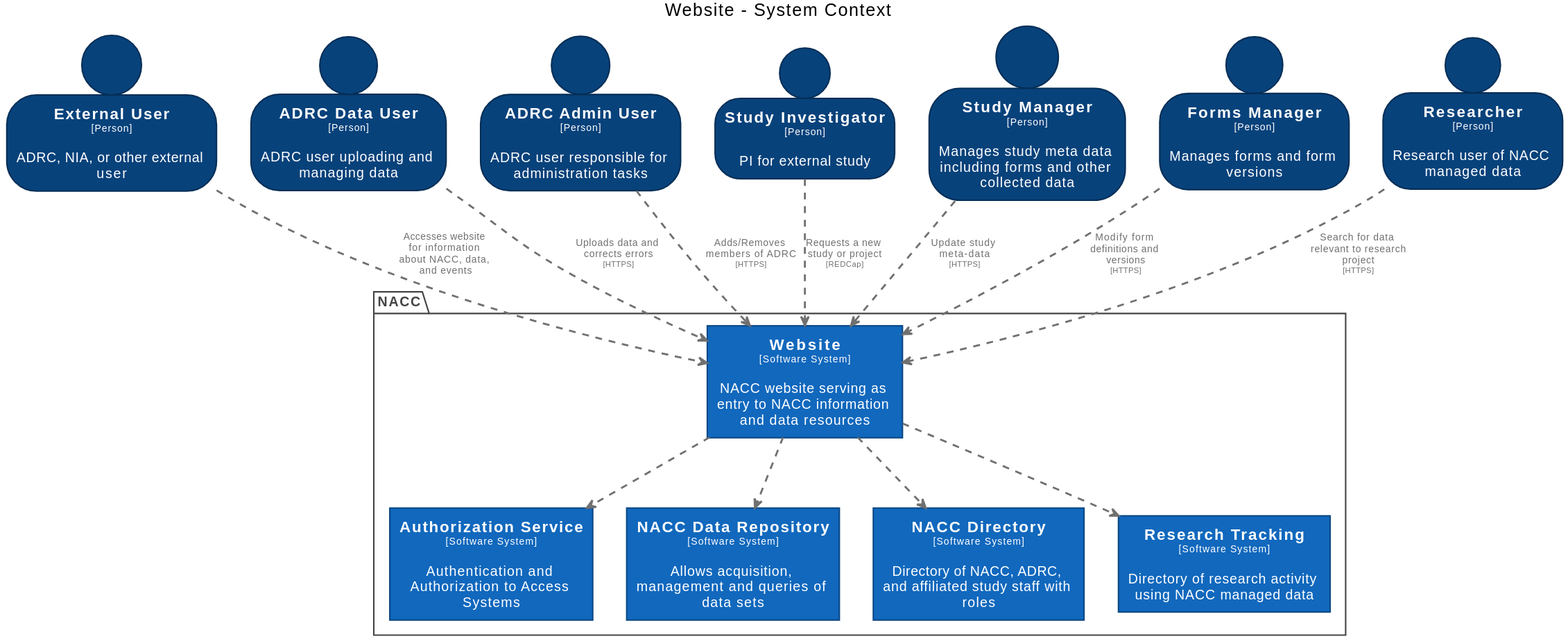
The PlantUML diagram docs/images/structurizr-WebsiteContext.svg in naccdata/system-design, before a commit. Source of this version:
```plantuml
@startuml
title Website - System Context

top to bottom direction

skinparam {
  shadowing false
  arrowFontSize 10
  defaultTextAlignment center
  wrapWidth 200
  maxMessageSize 100
}

hide stereotype

skinparam person<<ADRCAdminUser>> {
  BackgroundColor #08427b
  FontColor #ffffff
  BorderColor #052e56
}
skinparam person<<ADRCDataUser>> {
  BackgroundColor #08427b
  FontColor #ffffff
  BorderColor #052e56
}
skinparam rectangle<<AuthorizationService>> {
  BackgroundColor #1168bd
  FontColor #ffffff
  BorderColor #0b4884
}
skinparam person<<ExternalUser>> {
  BackgroundColor #08427b
  FontColor #ffffff
  BorderColor #052e56
}
skinparam person<<FormsManager>> {
  BackgroundColor #08427b
  FontColor #ffffff
  BorderColor #052e56
}
skinparam rectangle<<NACCDataRepository>> {
  BackgroundColor #1168bd
  FontColor #ffffff
  BorderColor #0b4884
}
skinparam rectangle<<NACCDirectory>> {
  BackgroundColor #1168bd
  FontColor #ffffff
  BorderColor #0b4884
}
skinparam rectangle<<ResearchTracking>> {
  BackgroundColor #1168bd
  FontColor #ffffff
  BorderColor #0b4884
}
skinparam person<<Researcher>> {
  BackgroundColor #08427b
  FontColor #ffffff
  BorderColor #052e56
}
skinparam person<<StudyInvestigator>> {
  BackgroundColor #08427b
  FontColor #ffffff
  BorderColor #052e56
}
skinparam person<<StudyManager>> {
  BackgroundColor #08427b
  FontColor #ffffff
  BorderColor #052e56
}
skinparam rectangle<<Website>> {
  BackgroundColor #1168bd
  FontColor #ffffff
  BorderColor #0b4884
}

package "NACC" <<enterprise>> {
  skinparam PackageBorderColor<<enterprise>> #444444
  skinparam PackageFontColor<<enterprise>> #444444

  rectangle "==Authorization Service\n<size:10>[Software System]</size>\n\nAuthentication and Authorization to Access Systems" <<AuthorizationService>> as AuthorizationService
  rectangle "==NACC Data Repository\n<size:10>[Software System]</size>\n\nAllows acquisition, management and queries of data sets" <<NACCDataRepository>> as NACCDataRepository
  rectangle "==NACC Directory\n<size:10>[Software System]</size>\n\nDirectory of NACC, ADRC, and affiliated study staff with roles" <<NACCDirectory>> as NACCDirectory
  rectangle "==Research Tracking\n<size:10>[Software System]</size>\n\nDirectory of research activity using NACC managed data" <<ResearchTracking>> as ResearchTracking
  rectangle "==Website\n<size:10>[Software System]</size>\n\nNACC website serving as entry to NACC information and data resources" <<Website>> as Website
}

person "==External User\n<size:10>[Person]</size>\n\nADRC, NIA, or other external user" <<ExternalUser>> as ExternalUser
person "==ADRC Data User\n<size:10>[Person]</size>\n\nADRC user uploading and managing data" <<ADRCDataUser>> as ADRCDataUser
person "==ADRC Admin User\n<size:10>[Person]</size>\n\nADRC user responsible for administration tasks" <<ADRCAdminUser>> as ADRCAdminUser
person "==Study Investigator\n<size:10>[Person]</size>\n\nPI for external study" <<StudyInvestigator>> as StudyInvestigator
person "==Study Manager\n<size:10>[Person]</size>\n\nManages study meta data including forms and other collected data" <<StudyManager>> as StudyManager
person "==Forms Manager\n<size:10>[Person]</size>\n\nManages forms and form versions" <<FormsManager>> as FormsManager
person "==Researcher\n<size:10>[Person]</size>\n\nResearch user of NACC managed data" <<Researcher>> as Researcher

Website .[#707070,thickness=2].> AuthorizationService : "<color:#707070>"
Website .[#707070,thickness=2].> NACCDirectory : "<color:#707070>"
Website .[#707070,thickness=2].> NACCDataRepository : "<color:#707070>"
Website .[#707070,thickness=2].> ResearchTracking : "<color:#707070>"
ExternalUser .[#707070,thickness=2].> Website : "<color:#707070>Accesses website for information about NACC, data, and events"
ADRCDataUser .[#707070,thickness=2].> Website : "<color:#707070>Uploads data and corrects errors\n<color:#707070><size:8>[HTTPS]</size>"
ADRCAdminUser .[#707070,thickness=2].> Website : "<color:#707070>Adds/Removes members of ADRC\n<color:#707070><size:8>[HTTPS]</size>"
StudyInvestigator .[#707070,thickness=2].> Website : "<color:#707070>Requests a new study or project\n<color:#707070><size:8>[REDCap]</size>"
StudyManager .[#707070,thickness=2].> Website : "<color:#707070>Update study meta-data\n<color:#707070><size:8>[HTTPS]</size>"
FormsManager .[#707070,thickness=2].> Website : "<color:#707070>Modify form definitions and versions\n<color:#707070><size:8>[HTTPS]</size>"
Researcher .[#707070,thickness=2].> Website : "<color:#707070>Search for data relevant to research project\n<color:#707070><size:8>[HTTPS]</size>"
@enduml
```
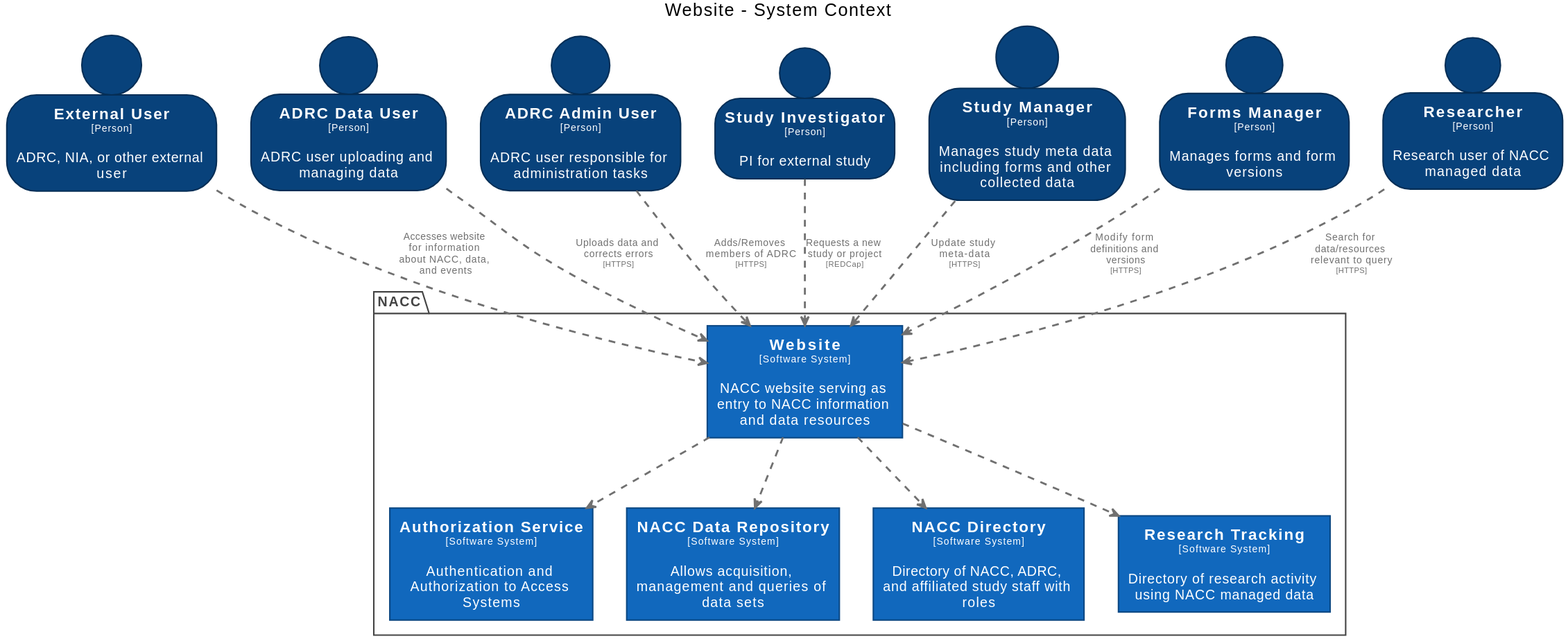
After the commit.

The edit, as a diff of the source:
```diff
@@ -103,5 +103,5 @@
 StudyInvestigator .[#707070,thickness=2].> Website : "<color:#707070>Requests a new study or project\n<color:#707070><size:8>[REDCap]</size>"
 StudyManager .[#707070,thickness=2].> Website : "<color:#707070>Update study meta-data\n<color:#707070><size:8>[HTTPS]</size>"
 FormsManager .[#707070,thickness=2].> Website : "<color:#707070>Modify form definitions and versions\n<color:#707070><size:8>[HTTPS]</size>"
-Researcher .[#707070,thickness=2].> Website : "<color:#707070>Search for data relevant to research project\n<color:#707070><size:8>[HTTPS]</size>"
+Researcher .[#707070,thickness=2].> Website : "<color:#707070>Search for data/resources relevant to query\n<color:#707070><size:8>[HTTPS]</size>"
 @enduml
```
